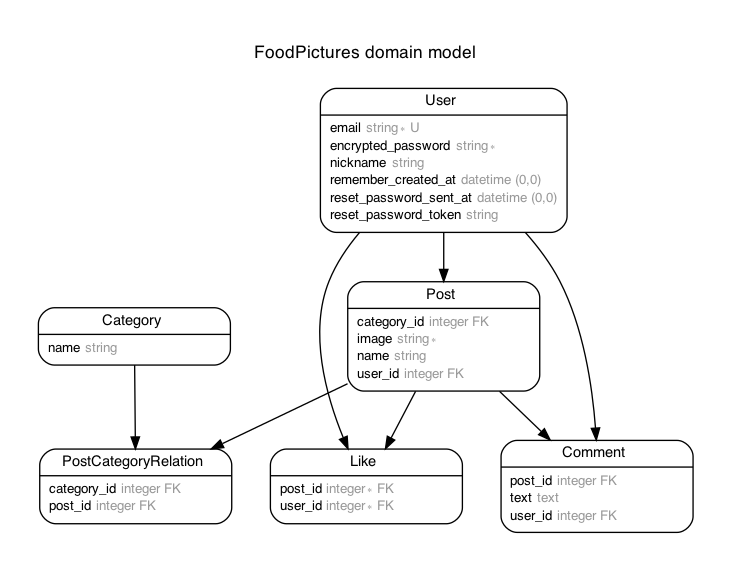
This is erd.png from kimkim0814/food-pictures, a Graphviz export, as it was before one commit. Its source is kept beside it as erd.dot.
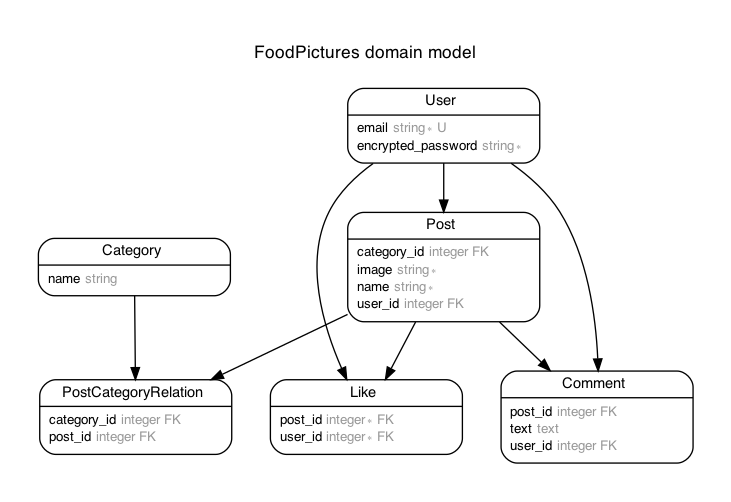
Later version of the same file.

What changed in the source:
```diff
@@ -47,7 +47,7 @@
 <table border="0" align="left" cellspacing="2" cellpadding="0" width="134">
   <tr><td align="left" width="130" port="category_id">category_id <font face="Arial ItalicMT" color="grey60">integer FK</font></td></tr>
   <tr><td align="left" width="130" port="image">image <font face="Arial ItalicMT" color="grey60">string ∗</font></td></tr>
-  <tr><td align="left" width="130" port="name">name <font face="Arial ItalicMT" color="grey60">string</font></td></tr>
+  <tr><td align="left" width="130" port="name">name <font face="Arial ItalicMT" color="grey60">string ∗</font></td></tr>
   <tr><td align="left" width="130" port="user_id">user_id <font face="Arial ItalicMT" color="grey60">integer FK</font></td></tr>
 </table>
 }>];
@@ -67,10 +67,6 @@
 <table border="0" align="left" cellspacing="2" cellpadding="0" width="134">
   <tr><td align="left" width="130" port="email">email <font face="Arial ItalicMT" color="grey60">string ∗ U</font></td></tr>
   <tr><td align="left" width="130" port="encrypted_password">encrypted_password <font face="Arial ItalicMT" color="grey60">string ∗</font></td></tr>
-  <tr><td align="left" width="130" port="nickname">nickname <font face="Arial ItalicMT" color="grey60">string</font></td></tr>
-  <tr><td align="left" width="130" port="remember_created_at">remember_created_at <font face="Arial ItalicMT" color="grey60">datetime (0,0)</font></td></tr>
-  <tr><td align="left" width="130" port="reset_password_sent_at">reset_password_sent_at <font face="Arial ItalicMT" color="grey60">datetime (0,0)</font></td></tr>
-  <tr><td align="left" width="130" port="reset_password_token">reset_password_token <font face="Arial ItalicMT" color="grey60">string</font></td></tr>
 </table>
 }>];
   m_User -> m_Post [arrowhead = "normal", arrowtail = "none", weight = "2"];
```
